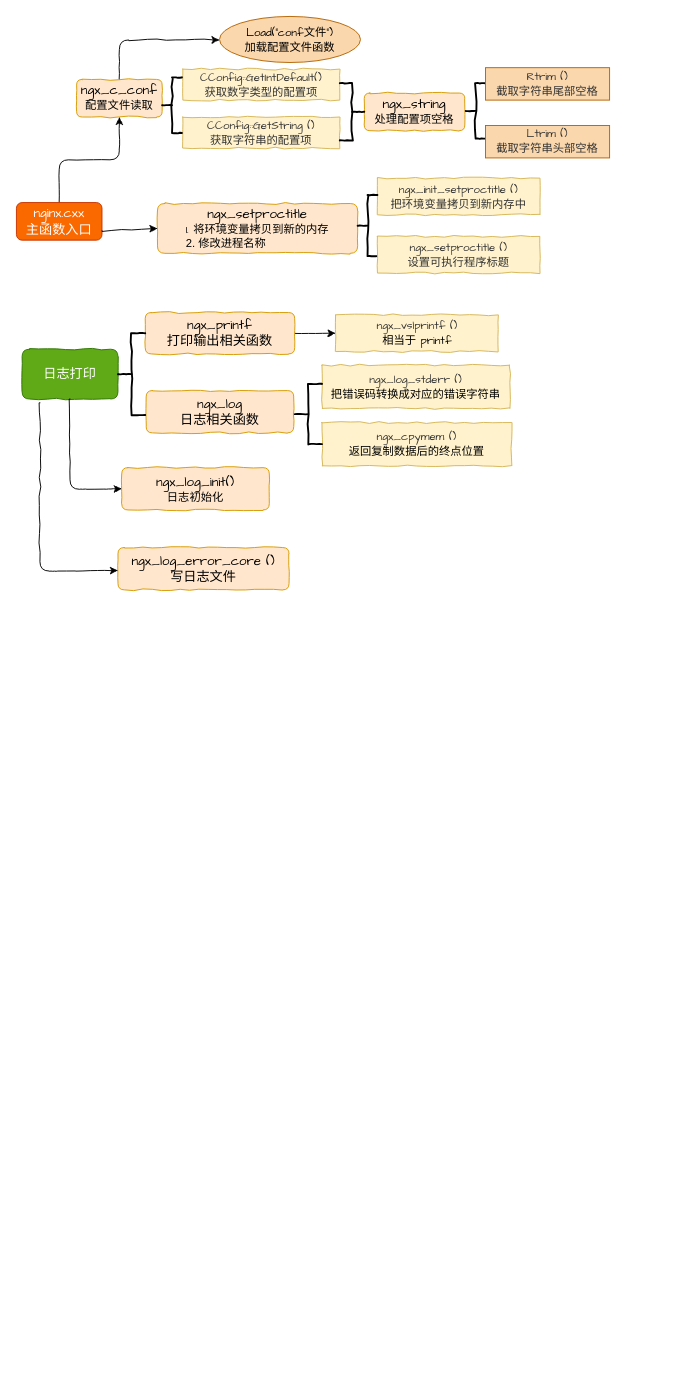
The draw.io diagram 函数调用逻辑图.drawio in kenlin-00/communication-main, before the edit. Source tidied: cells renumbered, new cells numbered last; positions are measured from the earlier drawing's top-left corner, leaving out a move shared by most shapes. Both pictures are drawn from the tidied source at 94%, with x=0, y=0 at pixel (16, 16).
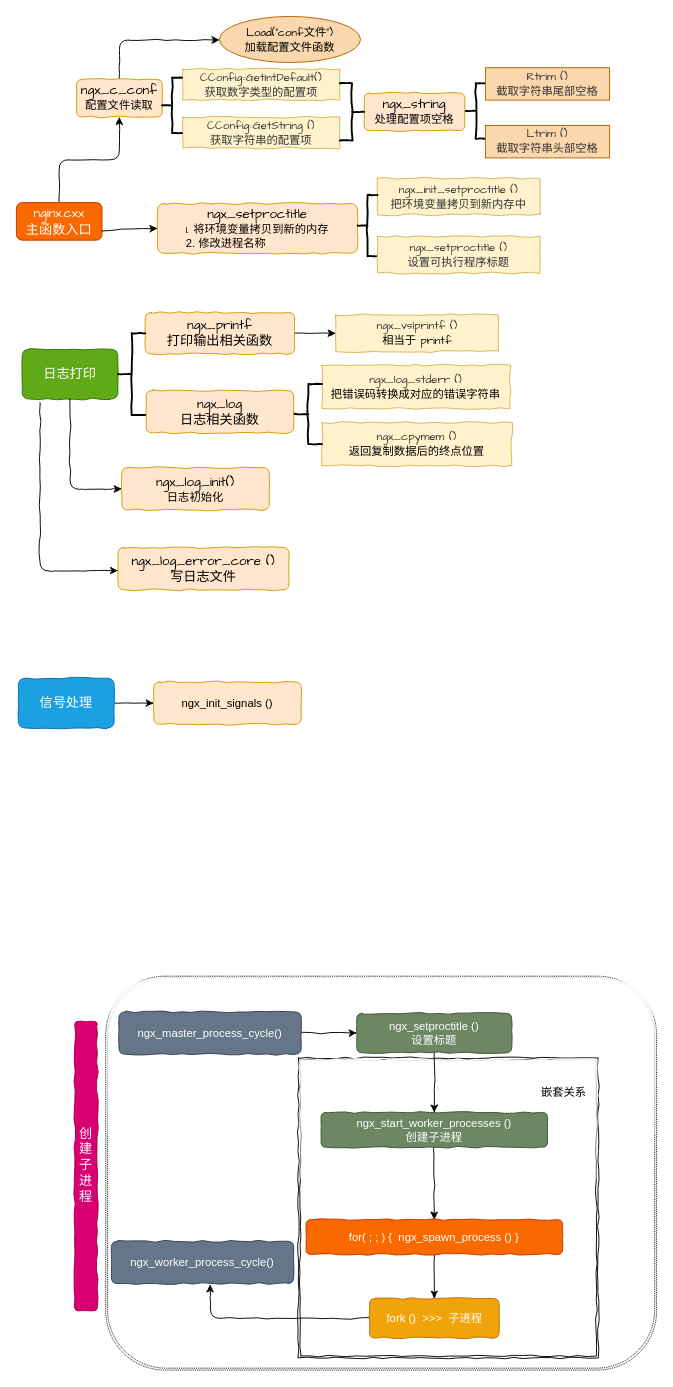
The same page after the edit.

Diff of the diagram source:
```diff
@@
+    <mxCell id="33" style="shape=ext;double=1;rounded=1;whiteSpace=wrap;html=1;shadow=0;glass=1;sketch=0;dashed=1;dashPattern=1 1;" parent="1" vertex="1">
+      <mxGeometry x="95" y="1021" width="586" height="419" as="geometry" />
+    </mxCell>
+    <mxCell id="34" style="shape=ext;double=1;whiteSpace=wrap;html=1;sketch=0;glass=1;strokeWidth=1;comic=1;" parent="1" vertex="1">
+      <mxGeometry x="300" y="1108" width="319" height="319" as="geometry" />
+    </mxCell>
@@
+    <mxCell id="35" style="edgeStyle=orthogonalEdgeStyle;rounded=1;comic=1;jettySize=auto;html=1;" parent="1" edge="1" source="36" target="37">
+      <mxGeometry relative="1" as="geometry" />
+    </mxCell>
+    <mxCell id="36" value="&lt;div&gt;&lt;font face=&quot;comic sans ms&quot;&gt;&lt;span style=&quot;font-size: 14px&quot;&gt;信号处理&lt;/span&gt;&lt;/font&gt;&lt;/div&gt;" style="rounded=1;whiteSpace=wrap;html=1;fillColor=#1ba1e2;strokeColor=#006EAF;comic=1;fontColor=#ffffff;" parent="1" vertex="1">
+      <mxGeometry x="2" y="704" width="102" height="53" as="geometry" />
+    </mxCell>
+    <mxCell id="37" value="&lt;span style=&quot;text-align: left&quot;&gt;ngx_init_signals ()&lt;/span&gt;" style="rounded=1;whiteSpace=wrap;html=1;fillColor=#ffe6cc;strokeColor=#d79b00;comic=1;" parent="1" vertex="1">
+      <mxGeometry x="146" y="708" width="157" height="45" as="geometry" />
+    </mxCell>
+    <mxCell id="38" value="&lt;div&gt;&lt;font face=&quot;comic sans ms&quot;&gt;&lt;span style=&quot;font-size: 14px&quot;&gt;创建子进程&lt;/span&gt;&lt;/font&gt;&lt;/div&gt;" style="rounded=1;whiteSpace=wrap;html=1;fillColor=#d80073;strokeColor=#A50040;comic=1;fontColor=#ffffff;" parent="1" vertex="1">
+      <mxGeometry x="62" y="1069" width="24" height="308" as="geometry" />
+    </mxCell>
+    <mxCell id="39" style="edgeStyle=orthogonalEdgeStyle;rounded=1;comic=1;jettySize=auto;html=1;" parent="1" edge="1" source="40" target="44">
+      <mxGeometry relative="1" as="geometry" />
+    </mxCell>
+    <mxCell id="40" value="&lt;div&gt;ngx_setproctitle ()&lt;/div&gt;&lt;div&gt;&lt;span&gt;设置标题&lt;/span&gt;&lt;/div&gt;" style="rounded=1;whiteSpace=wrap;html=1;fillColor=#6d8764;strokeColor=#3A5431;comic=1;fontColor=#ffffff;align=center;" parent="1" vertex="1">
+      <mxGeometry x="362" y="1060.5" width="165" height="42" as="geometry" />
+    </mxCell>
+    <mxCell id="41" style="edgeStyle=orthogonalEdgeStyle;rounded=1;comic=1;jettySize=auto;html=1;" parent="1" edge="1" source="42" target="40">
+      <mxGeometry relative="1" as="geometry" />
+    </mxCell>
+    <mxCell id="42" value="&lt;div style=&quot;text-align: left&quot;&gt;&lt;span&gt;ngx_master_process_cycle()&lt;/span&gt;&lt;/div&gt;" style="rounded=1;whiteSpace=wrap;html=1;fillColor=#647687;strokeColor=#314354;comic=1;fontColor=#ffffff;" parent="1" vertex="1">
+      <mxGeometry x="109" y="1059" width="194" height="45" as="geometry" />
+    </mxCell>
+    <mxCell id="43" style="edgeStyle=orthogonalEdgeStyle;rounded=1;comic=1;jettySize=auto;html=1;" parent="1" edge="1" source="44" target="46">
+      <mxGeometry relative="1" as="geometry" />
+    </mxCell>
+    <mxCell id="44" value="&lt;span style=&quot;text-align: left&quot;&gt;ngx_start_worker_processes ()&lt;br&gt;创建子进程&lt;br&gt;&lt;/span&gt;" style="rounded=1;whiteSpace=wrap;html=1;fillColor=#6d8764;strokeColor=#3A5431;comic=1;fontColor=#ffffff;align=center;" parent="1" vertex="1">
+      <mxGeometry x="324" y="1166" width="241" height="37" as="geometry" />
+    </mxCell>
+    <mxCell id="45" style="edgeStyle=orthogonalEdgeStyle;rounded=1;comic=1;jettySize=auto;html=1;" parent="1" edge="1" source="46" target="48">
+      <mxGeometry relative="1" as="geometry" />
+    </mxCell>
+    <mxCell id="46" value="&lt;span style=&quot;text-align: left&quot;&gt;for( ; ; ) {&amp;nbsp; ngx_spawn_process () }&lt;br&gt;&lt;/span&gt;" style="rounded=1;whiteSpace=wrap;html=1;fillColor=#fa6800;strokeColor=#C73500;comic=1;fontColor=#ffffff;align=center;" parent="1" vertex="1">
+      <mxGeometry x="308" y="1280" width="273" height="37" as="geometry" />
+    </mxCell>
+    <mxCell id="47" style="edgeStyle=orthogonalEdgeStyle;rounded=1;comic=1;jettySize=auto;html=1;" parent="1" edge="1" source="48">
+      <mxGeometry relative="1" as="geometry">
+        <mxPoint x="206" y="1349" as="targetPoint" />
+      </mxGeometry>
+    </mxCell>
+    <mxCell id="48" value="&lt;span style=&quot;text-align: left&quot;&gt;fork ()&amp;nbsp; &amp;gt;&amp;gt;&amp;gt;&amp;nbsp; 子进程&lt;br&gt;&lt;/span&gt;" style="rounded=1;whiteSpace=wrap;html=1;fillColor=#f0a30a;strokeColor=#BD7000;comic=1;fontColor=#ffffff;align=center;" parent="1" vertex="1">
+      <mxGeometry x="375.5" y="1364" width="138" height="42" as="geometry" />
+    </mxCell>
+    <mxCell id="49" value="嵌套关系" style="text;html=1;align=center;verticalAlign=middle;" parent="1" vertex="1">
+      <mxGeometry x="553" y="1136" width="58" height="18" as="geometry" />
+    </mxCell>
+    <mxCell id="50" value="&lt;div style=&quot;text-align: left&quot;&gt;&lt;span&gt;ngx_worker_process_cycle()&lt;/span&gt;&lt;/div&gt;" style="rounded=1;whiteSpace=wrap;html=1;fillColor=#647687;strokeColor=#314354;comic=1;fontColor=#ffffff;" parent="1" vertex="1">
+      <mxGeometry x="101" y="1303" width="194" height="45" as="geometry" />
+    </mxCell>
```
